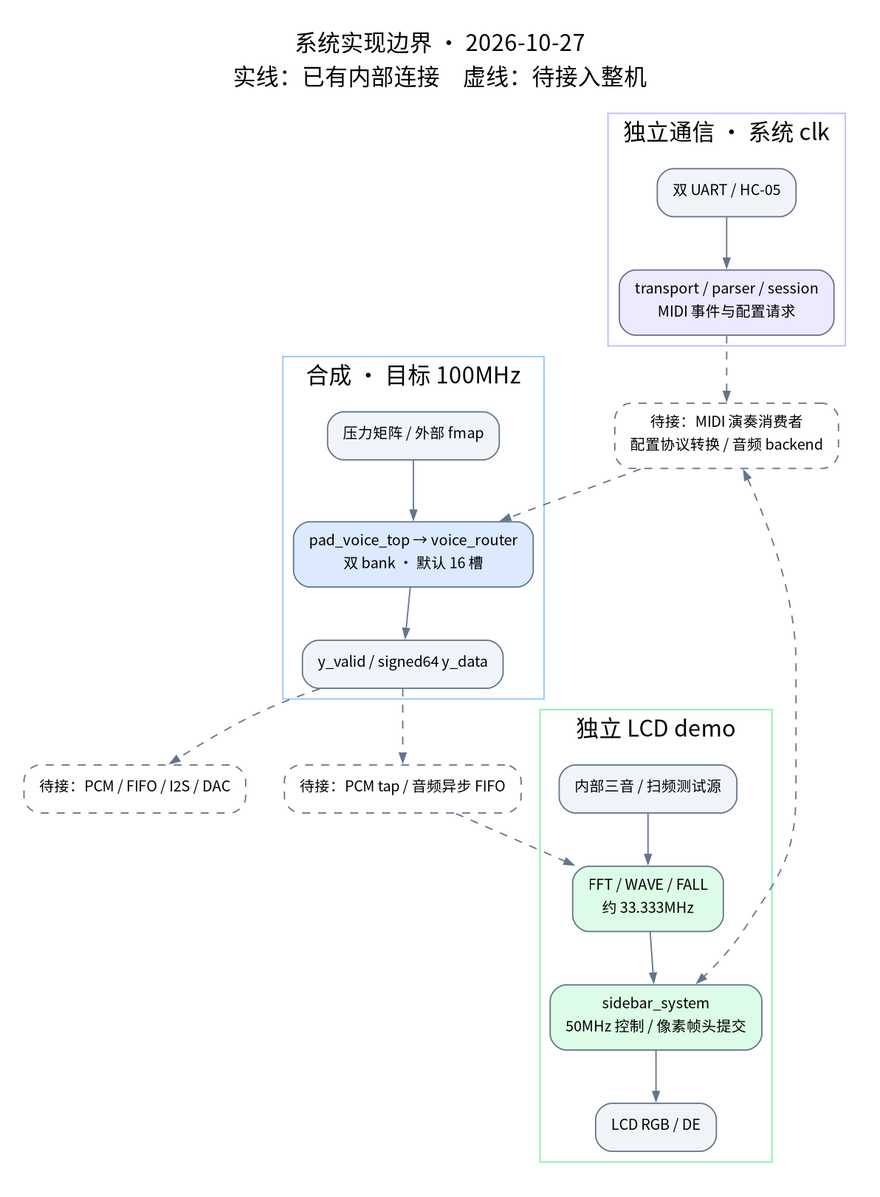
Earlier version of the Graphviz export docs/diagrams/architecture_overview.png (rubbishbro/FPGA_IDC_2026). Its source is kept beside it as docs/diagrams/architecture_overview.dot.
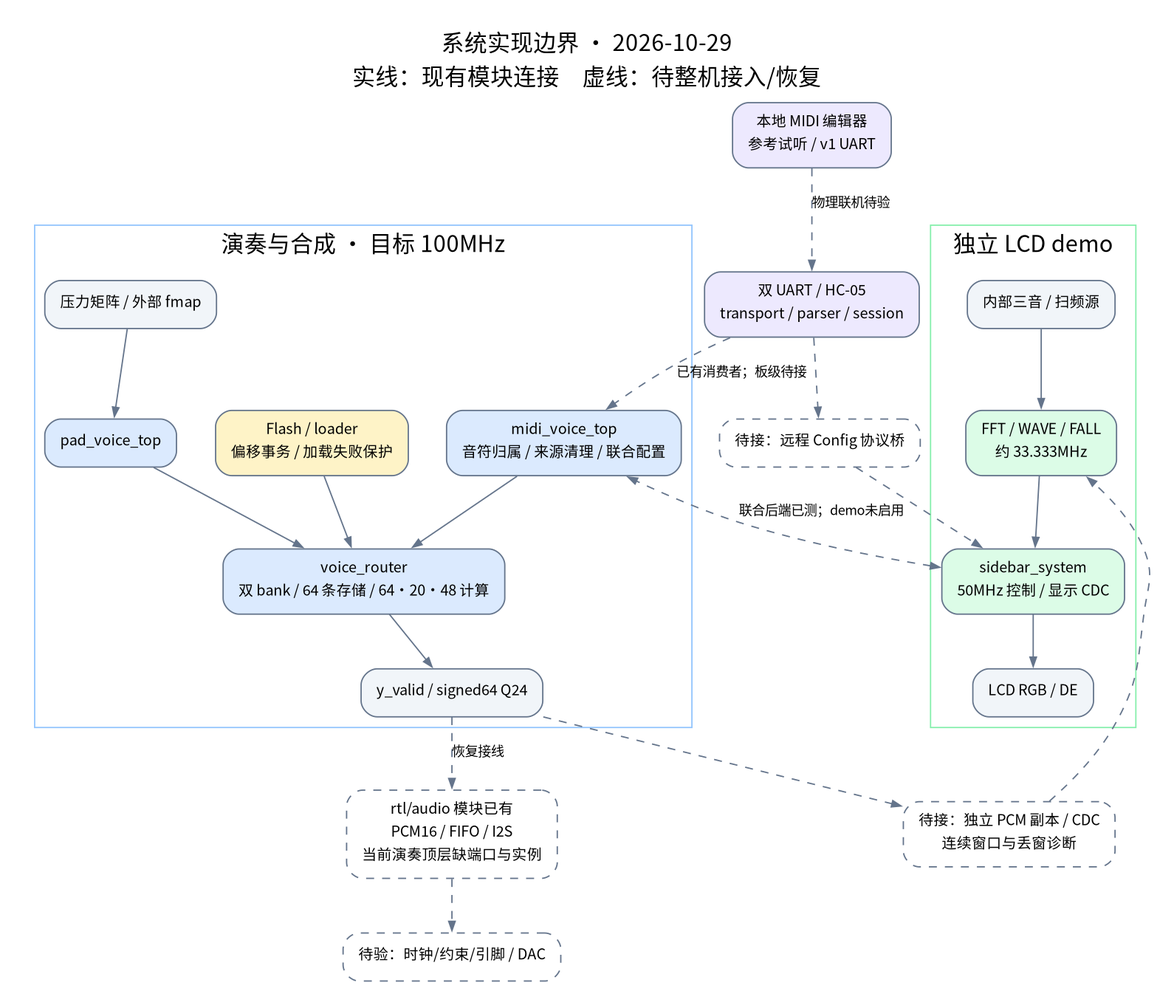
The same diagram one commit later.

What changed in the source:
```diff
@@ -3,28 +3,31 @@
 node [shape=box,style="rounded,filled",fontname="Noto Sans CJK SC",fontsize=11,margin="0.16,0.10",color="#64748b",fillcolor="#f1f5f9"];
 edge [fontname="Noto Sans CJK SC",fontsize=10,color="#64748b",arrowsize=0.7];
 
-label="系统实现边界 · 2026-10-27\n实线：已有内部连接　虚线：待接入整机";labelloc=t;
-subgraph cluster_audio {label="合成 · 目标 100MHz";color="#93c5fd";
+label="系统实现边界 · 2026-10-29\n实线：现有模块连接　虚线：待整机接入/恢复";labelloc=t;
+host [label="本地 MIDI 编辑器\n参考试听 / v1 UART",fillcolor="#ede9fe"];
+phy [label="双 UART / HC-05\ntransport / parser / session",fillcolor="#ede9fe"];
+subgraph cluster_synth {label="演奏与合成 · 目标 100MHz";color="#93c5fd";
  pad [label="压力矩阵 / 外部 fmap"];
- top [label="pad_voice_top → voice_router\n双 bank · 默认 16 槽",fillcolor="#dbeafe"];
- y [label="y_valid / signed64 y_data"];
- pad -> top -> y;
+ pt [label="pad_voice_top",fillcolor="#dbeafe"];
+ mt [label="midi_voice_top\n音符归属 / 来源清理 / 联合配置",fillcolor="#dbeafe"];
+ vr [label="voice_router\n双 bank / 64 条存储 / 64·20·48 计算",fillcolor="#dbeafe"];
+ y [label="y_valid / signed64 Q24"];
+ flash [label="Flash / loader\n偏移事务 / 加载失败保护",fillcolor="#fef3c7"];
+ pad -> pt -> vr;mt -> vr;flash -> vr;vr -> y;
 }
-subgraph cluster_comm {label="独立通信 · 系统 clk";color="#c4b5fd";
- phy [label="双 UART / HC-05"];
- comm [label="transport / parser / session\nMIDI 事件与配置请求",fillcolor="#ede9fe"];
- phy -> comm;
-}
-subgraph cluster_lcd {label="独立 LCD demo";color="#86efac";
- source [label="内部三音 / 扫频测试源"];
+subgraph cluster_display {label="独立 LCD demo";color="#86efac";
+ source [label="内部三音 / 扫频源"];
  fft [label="FFT / WAVE / FALL\n约 33.333MHz",fillcolor="#dcfce7"];
- side [label="sidebar_system\n50MHz 控制 / 像素帧头提交",fillcolor="#dcfce7"];
+ side [label="sidebar_system\n50MHz 控制 / 显示 CDC",fillcolor="#dcfce7"];
  lcd [label="LCD RGB / DE"];
  source -> fft -> side -> lcd;
 }
-consumer [label="待接：MIDI 演奏消费者\n配置协议转换 / 音频 backend",style="rounded,dashed",fillcolor="#fff7ed"];
-output [label="待接：PCM / FIFO / I2S / DAC",style="rounded,dashed",fillcolor="#fff7ed"];
-tap [label="待接：PCM tap / 音频异步 FIFO",style="rounded,dashed",fillcolor="#fff7ed"];
-comm -> consumer [style=dashed];consumer -> top [style=dashed];consumer -> side [style=dashed,dir=both];
-y -> output [style=dashed];y -> tap [style=dashed];tap -> fft [style=dashed];
+audio [label="rtl/audio 模块已有\nPCM16 / FIFO / I2S\n当前演奏顶层缺端口与实例",fillcolor="#fff7ed",style="rounded,dashed"];
+dac [label="待验：时钟/约束/引脚 / DAC",fillcolor="#fff7ed",style="rounded,dashed"];
+tap [label="待接：独立 PCM 副本 / CDC\n连续窗口与丢窗诊断",fillcolor="#fff7ed",style="rounded,dashed"];
+bridge [label="待接：远程 Config 协议桥",fillcolor="#fff7ed",style="rounded,dashed"];
+host -> phy [style=dashed,label="物理联机待验"];phy -> mt [style=dashed,label="已有消费者；板级待接"];
+phy -> bridge [style=dashed];bridge -> side [style=dashed];
+side -> mt [style=dashed,dir=both,label="联合后端已测；demo未启用"];
+y -> audio [style=dashed,label="恢复接线"];audio -> dac [style=dashed];y -> tap [style=dashed];tap -> fft [style=dashed];
 }
```
